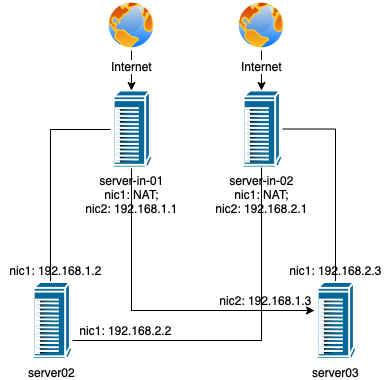
Above: AulasLabsPraticos/RoutingI-fig1.png in tolojo/ComputerNetworksEI (draw.io), before the change. Source tidied: cells renumbered, new cells last; positions are measured from the earlier drawing's top-left corner, leaving out a move shared by most shapes. Source of this version:
```xml
<mxGraphModel>
  <root>
    <mxCell id="0" />
    <mxCell id="1" parent="0" />
    <mxCell id="2" style="edgeStyle=orthogonalEdgeStyle;rounded=0;jettySize=auto;html=1;" parent="1" edge="1" source="3" target="6">
      <mxGeometry relative="1" as="geometry">
        <Array as="points">
          <mxPoint x="131" y="310" />
        </Array>
      </mxGeometry>
    </mxCell>
    <mxCell id="3" value="server-in-01&lt;br&gt;nic1: NAT;&lt;br&gt;nic2: 192.168.1.1" style="shape=mxgraph.cisco.computers_and_peripherals.ibm_tower;sketch=0;html=1;dashed=0;fillColor=#036897;strokeColor=#ffffff;strokeWidth=2;verticalLabelPosition=bottom;verticalAlign=top;align=center;outlineConnect=0;" parent="1" vertex="1">
      <mxGeometry x="110" y="90" width="42" height="77" as="geometry" />
    </mxCell>
    <mxCell id="4" style="edgeStyle=orthogonalEdgeStyle;rounded=0;jettySize=auto;html=1;startArrow=none;startFill=0;endArrow=none;endFill=0;" parent="1" edge="1" source="5" target="6">
      <mxGeometry relative="1" as="geometry" />
    </mxCell>
    <mxCell id="5" value="server-in-02&lt;br&gt;nic1: NAT;&lt;br&gt;nic2: 192.168.2.1" style="shape=mxgraph.cisco.computers_and_peripherals.ibm_tower;sketch=0;html=1;dashed=0;fillColor=#036897;strokeColor=#ffffff;strokeWidth=2;verticalLabelPosition=bottom;verticalAlign=top;align=center;outlineConnect=0;" parent="1" vertex="1">
      <mxGeometry x="240" y="90" width="42" height="77" as="geometry" />
    </mxCell>
    <mxCell id="6" value="server03" style="shape=mxgraph.cisco.computers_and_peripherals.ibm_tower;sketch=0;html=1;dashed=0;fillColor=#036897;strokeColor=#ffffff;strokeWidth=2;verticalLabelPosition=bottom;verticalAlign=top;align=center;outlineConnect=0;" parent="1" vertex="1">
      <mxGeometry x="314" y="281.5" width="42" height="77" as="geometry" />
    </mxCell>
    <mxCell id="7" style="edgeStyle=orthogonalEdgeStyle;rounded=0;jettySize=auto;html=1;endArrow=none;endFill=0;" parent="1" edge="1" source="9" target="3">
      <mxGeometry relative="1" as="geometry">
        <Array as="points">
          <mxPoint x="50" y="129" />
        </Array>
      </mxGeometry>
    </mxCell>
    <mxCell id="8" style="edgeStyle=orthogonalEdgeStyle;rounded=0;jettySize=auto;html=1;endArrow=none;endFill=0;" parent="1" edge="1" source="9" target="5">
      <mxGeometry relative="1" as="geometry">
        <Array as="points">
          <mxPoint x="261" y="340" />
        </Array>
      </mxGeometry>
    </mxCell>
    <mxCell id="9" value="server02" style="shape=mxgraph.cisco.computers_and_peripherals.ibm_tower;sketch=0;html=1;dashed=0;fillColor=#036897;strokeColor=#ffffff;strokeWidth=2;verticalLabelPosition=bottom;verticalAlign=top;align=center;outlineConnect=0;" parent="1" vertex="1">
      <mxGeometry x="30" y="281.5" width="42" height="77" as="geometry" />
    </mxCell>
    <mxCell id="10" style="edgeStyle=orthogonalEdgeStyle;rounded=0;jettySize=auto;html=1;" parent="1" edge="1" source="11" target="3">
      <mxGeometry relative="1" as="geometry" />
    </mxCell>
    <mxCell id="11" value="Internet" style="perimeter=ellipsePerimeter;html=1;align=center;shadow=0;dashed=0;spacingTop=3;image;image=img/lib/active_directory/internet_globe.svg;" parent="1" vertex="1">
      <mxGeometry x="106" width="50" height="50" as="geometry" />
    </mxCell>
    <mxCell id="12" style="edgeStyle=orthogonalEdgeStyle;rounded=0;jettySize=auto;html=1;" parent="1" edge="1" source="13" target="5">
      <mxGeometry relative="1" as="geometry" />
    </mxCell>
    <mxCell id="13" value="Internet" style="perimeter=ellipsePerimeter;html=1;align=center;shadow=0;dashed=0;spacingTop=3;image;image=img/lib/active_directory/internet_globe.svg;" parent="1" vertex="1">
      <mxGeometry x="236" width="50" height="50" as="geometry" />
    </mxCell>
    <mxCell id="14" value="nic1:&amp;nbsp;192.168.1.2" style="text;html=1;align=center;verticalAlign=middle;fillColor=none;strokeColor=none;rounded=0;" parent="1" vertex="1">
      <mxGeometry y="260" width="110" height="20" as="geometry" />
    </mxCell>
    <mxCell id="15" value="nic1:&amp;nbsp;192.168.2.3" style="text;html=1;align=center;verticalAlign=middle;fillColor=none;strokeColor=none;rounded=0;" parent="1" vertex="1">
      <mxGeometry x="280" y="260" width="110" height="20" as="geometry" />
    </mxCell>
    <mxCell id="16" value="nic1:&amp;nbsp;192.168.2.2" style="text;html=1;align=center;verticalAlign=middle;fillColor=none;strokeColor=none;rounded=0;" parent="1" vertex="1">
      <mxGeometry x="70" y="320" width="110" height="20" as="geometry" />
    </mxCell>
    <mxCell id="17" value="nic2:&amp;nbsp;192.168.1.3" style="text;html=1;align=center;verticalAlign=middle;fillColor=none;strokeColor=none;rounded=0;" parent="1" vertex="1">
      <mxGeometry x="210" y="290" width="110" height="20" as="geometry" />
    </mxCell>
  </root>
</mxGraphModel>
```
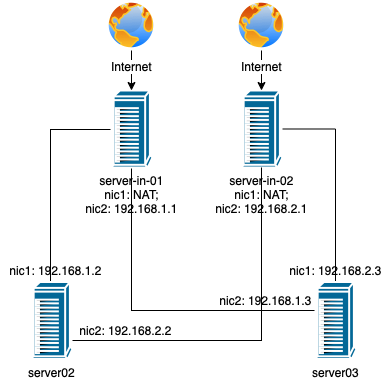
Above is the later version.

Change to the diagram source:
```diff
@@ -2,7 +2,7 @@
   <root>
     <mxCell id="0" />
     <mxCell id="1" parent="0" />
-    <mxCell id="2" style="edgeStyle=orthogonalEdgeStyle;rounded=0;jettySize=auto;html=1;" parent="1" edge="1" source="3" target="6">
+    <mxCell id="2" style="edgeStyle=orthogonalEdgeStyle;rounded=0;jettySize=auto;html=1;endArrow=none;endFill=0;" parent="1" edge="1" source="3" target="6">
       <mxGeometry relative="1" as="geometry">
         <Array as="points">
           <mxPoint x="131" y="310" />
@@ -56,7 +56,7 @@
     <mxCell id="15" value="nic1:&amp;nbsp;192.168.2.3" style="text;html=1;align=center;verticalAlign=middle;fillColor=none;strokeColor=none;rounded=0;" parent="1" vertex="1">
       <mxGeometry x="280" y="260" width="110" height="20" as="geometry" />
     </mxCell>
-    <mxCell id="16" value="nic1:&amp;nbsp;192.168.2.2" style="text;html=1;align=center;verticalAlign=middle;fillColor=none;strokeColor=none;rounded=0;" parent="1" vertex="1">
+    <mxCell id="16" value="nic2:&amp;nbsp;192.168.2.2" style="text;html=1;align=center;verticalAlign=middle;fillColor=none;strokeColor=none;rounded=0;" parent="1" vertex="1">
       <mxGeometry x="70" y="320" width="110" height="20" as="geometry" />
     </mxCell>
     <mxCell id="17" value="nic2:&amp;nbsp;192.168.1.3" style="text;html=1;align=center;verticalAlign=middle;fillColor=none;strokeColor=none;rounded=0;" parent="1" vertex="1">
```
